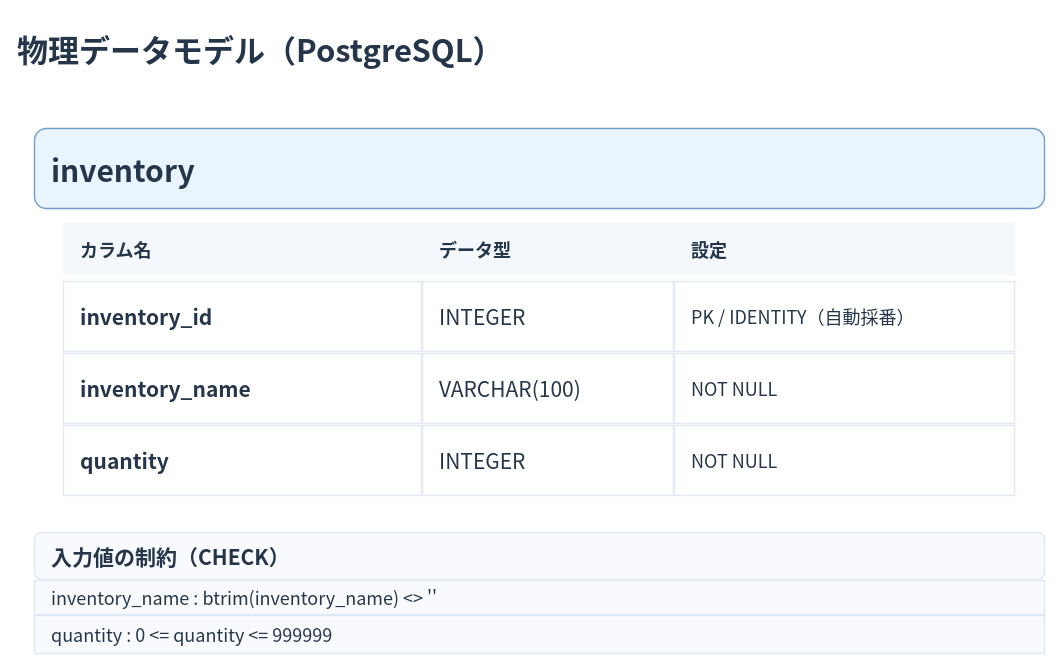
polyfortrain/inventory-app keeps this draw.io diagram as docs/internal-design/diagrams/physical-data-model.drawio. Above is the earlier version. Source tidied: cells renumbered, new cells numbered last; positions are measured from the earlier drawing's top-left corner, leaving out a move shared by most shapes. Both pictures are drawn from the tidied source at 100%, with x=0, y=0 at pixel (17, 17).
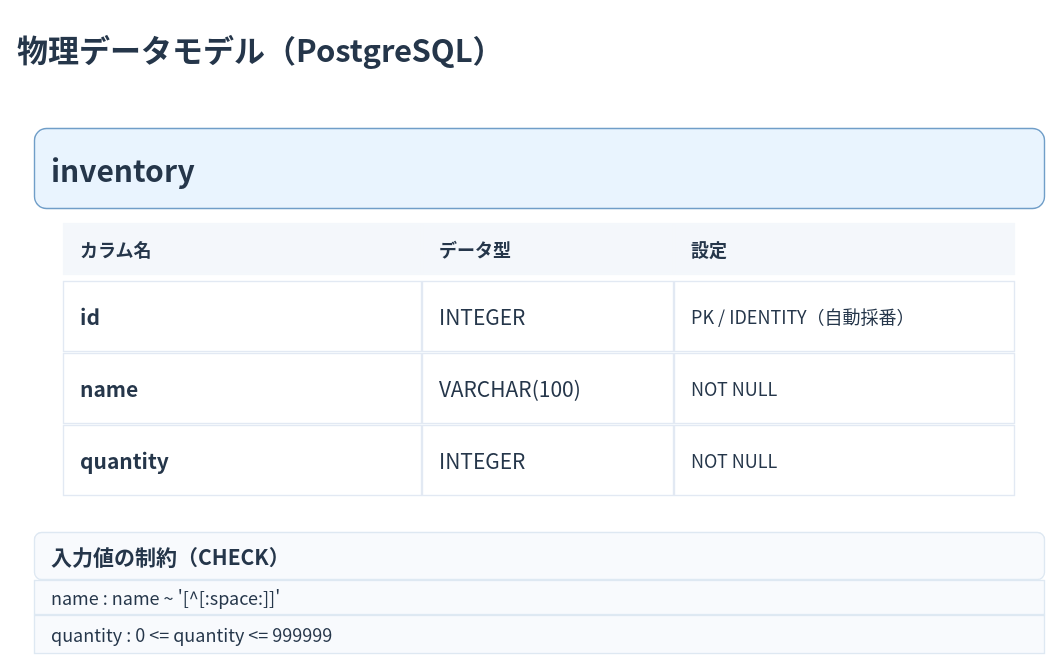
The same diagram, later.

What changed in the source:
```diff
@@
 <mxGraphModel>
   <root>
     <mxCell id="0" />
     <mxCell id="1" parent="0" />
     <mxCell id="2" value="物理データモデル（PostgreSQL）" style="text;html=0;strokeColor=none;fillColor=none;align=left;verticalAlign=middle;whiteSpace=wrap;fontFamily=Noto Sans CJK JP;fontSize=31;fontColor=#25364A;fontStyle=1;spacing=0;" parent="1" vertex="1">
       <mxGeometry width="910" height="62" as="geometry" />
     </mxCell>
     <mxCell id="3" value="inventory" style="rounded=1;whiteSpace=wrap;html=0;fillColor=#E9F4FE;strokeColor=#709EC8;strokeWidth=1.4;fontFamily=Noto Sans CJK JP;fontSize=30;fontColor=#25364A;fontStyle=1;align=left;verticalAlign=middle;spacingLeft=15;spacingRight=6;" parent="1" vertex="1">
       <mxGeometry x="17" y="111" width="1010" height="80" as="geometry" />
     </mxCell>
     <mxCell id="4" value="カラム名" style="rounded=0;whiteSpace=wrap;html=0;fillColor=#F4F7FB;strokeColor=#F4F7FB;strokeWidth=1.4;fontFamily=Noto Sans CJK JP;fontSize=18;fontColor=#25364A;fontStyle=1;align=left;verticalAlign=middle;spacingLeft=15;spacingRight=6;" parent="1" vertex="1">
       <mxGeometry x="46" y="206" width="358" height="51" as="geometry" />
     </mxCell>
     <mxCell id="5" value="データ型" style="rounded=0;whiteSpace=wrap;html=0;fillColor=#F4F7FB;strokeColor=#F4F7FB;strokeWidth=1.4;fontFamily=Noto Sans CJK JP;fontSize=18;fontColor=#25364A;fontStyle=1;align=left;verticalAlign=middle;spacingLeft=15;spacingRight=6;" parent="1" vertex="1">
       <mxGeometry x="405" y="206" width="251" height="51" as="geometry" />
     </mxCell>
     <mxCell id="6" value="設定" style="rounded=0;whiteSpace=wrap;html=0;fillColor=#F4F7FB;strokeColor=#F4F7FB;strokeWidth=1.4;fontFamily=Noto Sans CJK JP;fontSize=18;fontColor=#25364A;fontStyle=1;align=left;verticalAlign=middle;spacingLeft=15;spacingRight=6;" parent="1" vertex="1">
       <mxGeometry x="657" y="206" width="340" height="51" as="geometry" />
     </mxCell>
-    <mxCell id="7" value="inventory_id" style="rounded=0;whiteSpace=wrap;html=0;fillColor=#FFFFFF;strokeColor=#E2E9F3;strokeWidth=1.4;fontFamily=Noto Sans CJK JP;fontSize=21;fontColor=#25364A;fontStyle=1;align=left;verticalAlign=middle;spacingLeft=15;spacingRight=6;" parent="1" vertex="1">
+    <mxCell id="7" value="id" style="rounded=0;whiteSpace=wrap;html=0;fillColor=#FFFFFF;strokeColor=#E2E9F3;strokeWidth=1.4;fontFamily=Noto Sans CJK JP;fontSize=21;fontColor=#25364A;fontStyle=1;align=left;verticalAlign=middle;spacingLeft=15;spacingRight=6;" parent="1" vertex="1">
       <mxGeometry x="46" y="264" width="358" height="70" as="geometry" />
     </mxCell>
     <mxCell id="8" value="INTEGER" style="rounded=0;whiteSpace=wrap;html=0;fillColor=#FFFFFF;strokeColor=#E2E9F3;strokeWidth=1.4;fontFamily=Noto Sans CJK JP;fontSize=21;fontColor=#25364A;fontStyle=0;align=left;verticalAlign=middle;spacingLeft=15;spacingRight=6;" parent="1" vertex="1">
       <mxGeometry x="405" y="264" width="251" height="70" as="geometry" />
     </mxCell>
     <mxCell id="9" value="PK / IDENTITY（自動採番）" style="rounded=0;whiteSpace=wrap;html=0;fillColor=#FFFFFF;strokeColor=#E2E9F3;strokeWidth=1.4;fontFamily=Noto Sans CJK JP;fontSize=18;fontColor=#25364A;fontStyle=0;align=left;verticalAlign=middle;spacingLeft=15;spacingRight=6;" parent="1" vertex="1">
       <mxGeometry x="657" y="264" width="340" height="70" as="geometry" />
     </mxCell>
-    <mxCell id="10" value="inventory_name" style="rounded=0;whiteSpace=wrap;html=0;fillColor=#FFFFFF;strokeColor=#E2E9F3;strokeWidth=1.4;fontFamily=Noto Sans CJK JP;fontSize=21;fontColor=#25364A;fontStyle=1;align=left;verticalAlign=middle;spacingLeft=15;spacingRight=6;" parent="1" vertex="1">
+    <mxCell id="10" value="name" style="rounded=0;whiteSpace=wrap;html=0;fillColor=#FFFFFF;strokeColor=#E2E9F3;strokeWidth=1.4;fontFamily=Noto Sans CJK JP;fontSize=21;fontColor=#25364A;fontStyle=1;align=left;verticalAlign=middle;spacingLeft=15;spacingRight=6;" parent="1" vertex="1">
       <mxGeometry x="46" y="336" width="358" height="70" as="geometry" />
     </mxCell>
     <mxCell id="11" value="VARCHAR(100)" style="rounded=0;whiteSpace=wrap;html=0;fillColor=#FFFFFF;strokeColor=#E2E9F3;strokeWidth=1.4;fontFamily=Noto Sans CJK JP;fontSize=21;fontColor=#25364A;fontStyle=0;align=left;verticalAlign=middle;spacingLeft=15;spacingRight=6;" parent="1" vertex="1">
       <mxGeometry x="405" y="336" width="251" height="70" as="geometry" />
     </mxCell>
     <mxCell id="12" value="NOT NULL" style="rounded=0;whiteSpace=wrap;html=0;fillColor=#FFFFFF;strokeColor=#E2E9F3;strokeWidth=1.4;fontFamily=Noto Sans CJK JP;fontSize=18;fontColor=#25364A;fontStyle=0;align=left;verticalAlign=middle;spacingLeft=15;spacingRight=6;" parent="1" vertex="1">
       <mxGeometry x="657" y="336" width="340" height="70" as="geometry" />
     </mxCell>
     <mxCell id="13" value="quantity" style="rounded=0;whiteSpace=wrap;html=0;fillColor=#FFFFFF;strokeColor=#E2E9F3;strokeWidth=1.4;fontFamily=Noto Sans CJK JP;fontSize=21;fontColor=#25364A;fontStyle=1;align=left;verticalAlign=middle;spacingLeft=15;spacingRight=6;" parent="1" vertex="1">
       <mxGeometry x="46" y="408" width="358" height="70" as="geometry" />
     </mxCell>
     <mxCell id="14" value="INTEGER" style="rounded=0;whiteSpace=wrap;html=0;fillColor=#FFFFFF;strokeColor=#E2E9F3;strokeWidth=1.4;fontFamily=Noto Sans CJK JP;fontSize=21;fontColor=#25364A;fontStyle=0;align=left;verticalAlign=middle;spacingLeft=15;spacingRight=6;" parent="1" vertex="1">
       <mxGeometry x="405" y="408" width="251" height="70" as="geometry" />
     </mxCell>
     <mxCell id="15" value="NOT NULL" style="rounded=0;whiteSpace=wrap;html=0;fillColor=#FFFFFF;strokeColor=#E2E9F3;strokeWidth=1.4;fontFamily=Noto Sans CJK JP;fontSize=18;fontColor=#25364A;fontStyle=0;align=left;verticalAlign=middle;spacingLeft=15;spacingRight=6;" parent="1" vertex="1">
       <mxGeometry x="657" y="408" width="340" height="70" as="geometry" />
     </mxCell>
     <mxCell id="16" value="入力値の制約（CHECK）" style="rounded=1;whiteSpace=wrap;html=0;fillColor=#F8FAFD;strokeColor=#DEE8F2;strokeWidth=1.4;fontFamily=Noto Sans CJK JP;fontSize=21;fontColor=#25364A;fontStyle=1;align=left;verticalAlign=middle;spacingLeft=15;spacingRight=6;" parent="1" vertex="1">
       <mxGeometry x="17" y="515" width="1010" height="47" as="geometry" />
     </mxCell>
-    <mxCell id="17" value="inventory_name : btrim(inventory_name) &lt;&gt; ''" style="rounded=0;whiteSpace=wrap;html=0;fillColor=#F8FAFD;strokeColor=#DEE8F2;strokeWidth=1.4;fontFamily=Noto Sans CJK JP;fontSize=18;fontColor=#25364A;fontStyle=0;align=left;verticalAlign=middle;spacingLeft=15;spacingRight=6;" parent="1" vertex="1">
+    <mxCell id="17" value="name : name ~ '[^[:space:]]'" style="rounded=0;whiteSpace=wrap;html=0;fillColor=#F8FAFD;strokeColor=#DEE8F2;strokeWidth=1.4;fontFamily=Noto Sans CJK JP;fontSize=18;fontColor=#25364A;fontStyle=0;align=left;verticalAlign=middle;spacingLeft=15;spacingRight=6;" parent="1" vertex="1">
       <mxGeometry x="17" y="563" width="1010" height="34" as="geometry" />
     </mxCell>
     <mxCell id="18" value="quantity : 0 &lt;= quantity &lt;= 999999" style="rounded=0;whiteSpace=wrap;html=0;fillColor=#F8FAFD;strokeColor=#DEE8F2;strokeWidth=1.4;fontFamily=Noto Sans CJK JP;fontSize=18;fontColor=#25364A;fontStyle=0;align=left;verticalAlign=middle;spacingLeft=15;spacingRight=6;" parent="1" vertex="1">
       <mxGeometry x="17" y="598" width="1010" height="38" as="geometry" />
     </mxCell>
   </root>
 </mxGraphModel>
```
